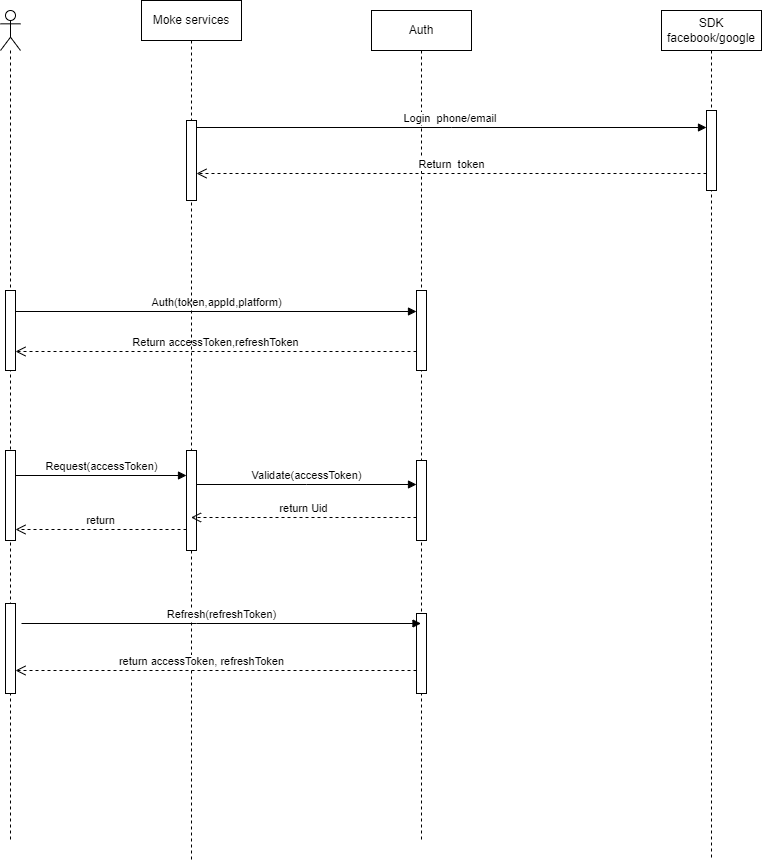
The draw.io diagram internal/auth/draws/auth.drawio.png in GStones/moke, before a commit. Source tidied: cells renumbered, new cells last; positions are measured from the earlier drawing's top-left corner, leaving out a move shared by most shapes.
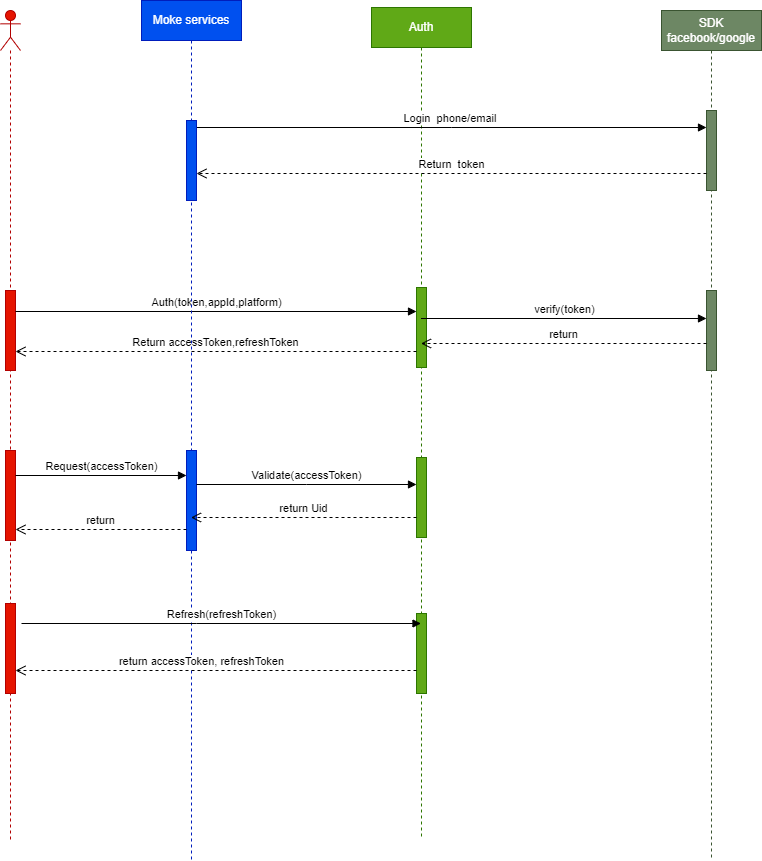
Above is the later version.

The edit, as a diff of the source:
```diff
@@ -2,28 +2,28 @@
   <root>
     <mxCell id="0" />
     <mxCell id="1" parent="0" />
-    <mxCell id="2" style="shape=umlLifeline;perimeter=lifelinePerimeter;whiteSpace=wrap;html=1;newEdgeStyle={&quot;edgeStyle&quot;:&quot;elbowEdgeStyle&quot;,&quot;elbow&quot;:&quot;vertical&quot;,&quot;curved&quot;:0,&quot;rounded&quot;:0};participant=umlActor;" parent="1" vertex="1">
+    <mxCell id="2" style="shape=umlLifeline;perimeter=lifelinePerimeter;whiteSpace=wrap;html=1;newEdgeStyle={&quot;edgeStyle&quot;:&quot;elbowEdgeStyle&quot;,&quot;elbow&quot;:&quot;vertical&quot;,&quot;curved&quot;:0,&quot;rounded&quot;:0};participant=umlActor;fillColor=#e51400;fontColor=#ffffff;strokeColor=#B20000;" parent="1" vertex="1">
       <mxGeometry y="10" width="20" height="830" as="geometry" />
     </mxCell>
-    <mxCell id="3" style="html=1;points=[];perimeter=orthogonalPerimeter;outlineConnect=0;targetShapes=umlLifeline;portConstraint=eastwest;newEdgeStyle={&quot;edgeStyle&quot;:&quot;elbowEdgeStyle&quot;,&quot;elbow&quot;:&quot;vertical&quot;,&quot;curved&quot;:0,&quot;rounded&quot;:0};" parent="2" vertex="1">
+    <mxCell id="3" style="html=1;points=[];perimeter=orthogonalPerimeter;outlineConnect=0;targetShapes=umlLifeline;portConstraint=eastwest;newEdgeStyle={&quot;edgeStyle&quot;:&quot;elbowEdgeStyle&quot;,&quot;elbow&quot;:&quot;vertical&quot;,&quot;curved&quot;:0,&quot;rounded&quot;:0};fillColor=#e51400;fontColor=#ffffff;strokeColor=#B20000;" parent="2" vertex="1">
       <mxGeometry x="5" y="280" width="10" height="80" as="geometry" />
     </mxCell>
-    <mxCell id="4" style="html=1;perimeter=orthogonalPerimeter;targetShapes=umlLifeline;newEdgeStyle={&quot;edgeStyle&quot;:&quot;elbowEdgeStyle&quot;,&quot;elbow&quot;:&quot;vertical&quot;,&quot;curved&quot;:0,&quot;rounded&quot;:0};" parent="2" vertex="1">
+    <mxCell id="4" style="html=1;perimeter=orthogonalPerimeter;targetShapes=umlLifeline;newEdgeStyle={&quot;edgeStyle&quot;:&quot;elbowEdgeStyle&quot;,&quot;elbow&quot;:&quot;vertical&quot;,&quot;curved&quot;:0,&quot;rounded&quot;:0};fillColor=#e51400;fontColor=#ffffff;strokeColor=#B20000;" parent="2" vertex="1">
       <mxGeometry x="5" y="440" width="10" height="90" as="geometry" />
     </mxCell>
-    <mxCell id="5" value="Auth" style="shape=umlLifeline;perimeter=lifelinePerimeter;whiteSpace=wrap;html=1;outlineConnect=0;portConstraint=eastwest;newEdgeStyle={&quot;edgeStyle&quot;:&quot;elbowEdgeStyle&quot;,&quot;elbow&quot;:&quot;vertical&quot;,&quot;curved&quot;:0,&quot;rounded&quot;:0};" parent="1" vertex="1">
-      <mxGeometry x="371" y="10" width="100" height="830" as="geometry" />
+    <mxCell id="5" value="Auth" style="shape=umlLifeline;perimeter=lifelinePerimeter;whiteSpace=wrap;html=1;outlineConnect=0;portConstraint=eastwest;newEdgeStyle={&quot;edgeStyle&quot;:&quot;elbowEdgeStyle&quot;,&quot;elbow&quot;:&quot;vertical&quot;,&quot;curved&quot;:0,&quot;rounded&quot;:0};fillColor=#60a917;fontColor=#ffffff;strokeColor=#2D7600;" parent="1" vertex="1">
+      <mxGeometry x="371" y="7" width="100" height="830" as="geometry" />
     </mxCell>
-    <mxCell id="6" style="html=1;perimeter=orthogonalPerimeter;targetShapes=umlLifeline;newEdgeStyle={&quot;edgeStyle&quot;:&quot;elbowEdgeStyle&quot;,&quot;elbow&quot;:&quot;vertical&quot;,&quot;curved&quot;:0,&quot;rounded&quot;:0};" parent="5" vertex="1">
+    <mxCell id="6" style="html=1;perimeter=orthogonalPerimeter;targetShapes=umlLifeline;newEdgeStyle={&quot;edgeStyle&quot;:&quot;elbowEdgeStyle&quot;,&quot;elbow&quot;:&quot;vertical&quot;,&quot;curved&quot;:0,&quot;rounded&quot;:0};fillColor=#60a917;fontColor=#ffffff;strokeColor=#2D7600;" parent="5" vertex="1">
       <mxGeometry x="45" y="280" width="10" height="80" as="geometry" />
     </mxCell>
-    <mxCell id="7" style="html=1;perimeter=orthogonalPerimeter;targetShapes=umlLifeline;newEdgeStyle={&quot;edgeStyle&quot;:&quot;elbowEdgeStyle&quot;,&quot;elbow&quot;:&quot;vertical&quot;,&quot;curved&quot;:0,&quot;rounded&quot;:0};" parent="5" vertex="1">
+    <mxCell id="7" style="html=1;perimeter=orthogonalPerimeter;targetShapes=umlLifeline;newEdgeStyle={&quot;edgeStyle&quot;:&quot;elbowEdgeStyle&quot;,&quot;elbow&quot;:&quot;vertical&quot;,&quot;curved&quot;:0,&quot;rounded&quot;:0};fillColor=#60a917;fontColor=#ffffff;strokeColor=#2D7600;" parent="5" vertex="1">
       <mxGeometry x="45" y="450" width="10" height="80" as="geometry" />
     </mxCell>
-    <mxCell id="8" value="SDK&lt;br&gt;facebook/google" style="shape=umlLifeline;perimeter=lifelinePerimeter;whiteSpace=wrap;html=1;newEdgeStyle={&quot;edgeStyle&quot;:&quot;elbowEdgeStyle&quot;,&quot;elbow&quot;:&quot;vertical&quot;,&quot;curved&quot;:0,&quot;rounded&quot;:0};" parent="1" vertex="1">
+    <mxCell id="8" value="SDK&lt;br&gt;facebook/google" style="shape=umlLifeline;perimeter=lifelinePerimeter;whiteSpace=wrap;html=1;newEdgeStyle={&quot;edgeStyle&quot;:&quot;elbowEdgeStyle&quot;,&quot;elbow&quot;:&quot;vertical&quot;,&quot;curved&quot;:0,&quot;rounded&quot;:0};fillColor=#6d8764;fontColor=#ffffff;strokeColor=#3A5431;" parent="1" vertex="1">
       <mxGeometry x="661" y="10" width="100" height="850" as="geometry" />
     </mxCell>
-    <mxCell id="9" style="html=1;perimeter=orthogonalPerimeter;targetShapes=umlLifeline;newEdgeStyle={&quot;edgeStyle&quot;:&quot;elbowEdgeStyle&quot;,&quot;elbow&quot;:&quot;vertical&quot;,&quot;curved&quot;:0,&quot;rounded&quot;:0};" parent="8" vertex="1">
+    <mxCell id="9" style="html=1;perimeter=orthogonalPerimeter;targetShapes=umlLifeline;newEdgeStyle={&quot;edgeStyle&quot;:&quot;elbowEdgeStyle&quot;,&quot;elbow&quot;:&quot;vertical&quot;,&quot;curved&quot;:0,&quot;rounded&quot;:0};fillColor=#6d8764;fontColor=#ffffff;strokeColor=#3A5431;" parent="8" vertex="1">
       <mxGeometry x="45" y="100" width="10" height="80" as="geometry" />
     </mxCell>
     <mxCell id="10" value="Login&amp;nbsp; phone/email&amp;nbsp;" style="html=1;verticalAlign=bottom;endArrow=block;edgeStyle=elbowEdgeStyle;elbow=vertical;curved=0;rounded=0;" parent="1" edge="1" source="25">
@@ -46,10 +46,10 @@
         <mxPoint x="416" y="351" as="sourcePoint" />
       </mxGeometry>
     </mxCell>
-    <mxCell id="14" value="Moke services" style="shape=umlLifeline;perimeter=lifelinePerimeter;whiteSpace=wrap;html=1;newEdgeStyle={&quot;edgeStyle&quot;:&quot;elbowEdgeStyle&quot;,&quot;elbow&quot;:&quot;vertical&quot;,&quot;curved&quot;:0,&quot;rounded&quot;:0};" parent="1" vertex="1">
+    <mxCell id="14" value="Moke services" style="shape=umlLifeline;perimeter=lifelinePerimeter;whiteSpace=wrap;html=1;newEdgeStyle={&quot;edgeStyle&quot;:&quot;elbowEdgeStyle&quot;,&quot;elbow&quot;:&quot;vertical&quot;,&quot;curved&quot;:0,&quot;rounded&quot;:0};fillColor=#0050ef;fontColor=#ffffff;strokeColor=#001DBC;" parent="1" vertex="1">
       <mxGeometry x="141" width="100" height="860" as="geometry" />
     </mxCell>
-    <mxCell id="15" style="html=1;perimeter=orthogonalPerimeter;targetShapes=umlLifeline;newEdgeStyle={&quot;edgeStyle&quot;:&quot;elbowEdgeStyle&quot;,&quot;elbow&quot;:&quot;vertical&quot;,&quot;curved&quot;:0,&quot;rounded&quot;:0};" parent="14" vertex="1">
+    <mxCell id="15" style="html=1;perimeter=orthogonalPerimeter;targetShapes=umlLifeline;newEdgeStyle={&quot;edgeStyle&quot;:&quot;elbowEdgeStyle&quot;,&quot;elbow&quot;:&quot;vertical&quot;,&quot;curved&quot;:0,&quot;rounded&quot;:0};fillColor=#0050ef;fontColor=#ffffff;strokeColor=#001DBC;" parent="14" vertex="1">
       <mxGeometry x="45" y="450" width="10" height="100" as="geometry" />
     </mxCell>
     <mxCell id="16" value="return" style="html=1;verticalAlign=bottom;endArrow=open;dashed=1;endSize=8;edgeStyle=elbowEdgeStyle;elbow=vertical;curved=0;rounded=0;" parent="1" edge="1">
@@ -70,10 +70,10 @@
         <mxPoint x="190.5" y="517" as="targetPoint" />
       </mxGeometry>
     </mxCell>
-    <mxCell id="19" style="html=1;points=[];perimeter=orthogonalPerimeter;outlineConnect=0;targetShapes=umlLifeline;portConstraint=eastwest;newEdgeStyle={&quot;edgeStyle&quot;:&quot;elbowEdgeStyle&quot;,&quot;elbow&quot;:&quot;vertical&quot;,&quot;curved&quot;:0,&quot;rounded&quot;:0};" parent="1" vertex="1">
+    <mxCell id="19" style="html=1;points=[];perimeter=orthogonalPerimeter;outlineConnect=0;targetShapes=umlLifeline;portConstraint=eastwest;newEdgeStyle={&quot;edgeStyle&quot;:&quot;elbowEdgeStyle&quot;,&quot;elbow&quot;:&quot;vertical&quot;,&quot;curved&quot;:0,&quot;rounded&quot;:0};fillColor=#e51400;fontColor=#ffffff;strokeColor=#B20000;" parent="1" vertex="1">
       <mxGeometry x="5" y="603" width="10" height="90" as="geometry" />
     </mxCell>
-    <mxCell id="20" style="html=1;perimeter=orthogonalPerimeter;targetShapes=umlLifeline;newEdgeStyle={&quot;edgeStyle&quot;:&quot;elbowEdgeStyle&quot;,&quot;elbow&quot;:&quot;vertical&quot;,&quot;curved&quot;:0,&quot;rounded&quot;:0};" parent="1" vertex="1">
+    <mxCell id="20" style="html=1;perimeter=orthogonalPerimeter;targetShapes=umlLifeline;newEdgeStyle={&quot;edgeStyle&quot;:&quot;elbowEdgeStyle&quot;,&quot;elbow&quot;:&quot;vertical&quot;,&quot;curved&quot;:0,&quot;rounded&quot;:0};fillColor=#60a917;fontColor=#ffffff;strokeColor=#2D7600;" parent="1" vertex="1">
       <mxGeometry x="416" y="613" width="10" height="80" as="geometry" />
     </mxCell>
     <mxCell id="21" value="Refresh(refreshToken)" style="html=1;verticalAlign=bottom;endArrow=block;edgeStyle=elbowEdgeStyle;elbow=vertical;curved=0;rounded=0;" parent="1" edge="1" target="5">
@@ -97,8 +97,23 @@
         <mxPoint x="186" y="475" as="targetPoint" />
       </mxGeometry>
     </mxCell>
-    <mxCell id="25" style="html=1;points=[];perimeter=orthogonalPerimeter;outlineConnect=0;targetShapes=umlLifeline;portConstraint=eastwest;newEdgeStyle={&quot;edgeStyle&quot;:&quot;elbowEdgeStyle&quot;,&quot;elbow&quot;:&quot;vertical&quot;,&quot;curved&quot;:0,&quot;rounded&quot;:0};" parent="1" vertex="1">
+    <mxCell id="25" style="html=1;points=[];perimeter=orthogonalPerimeter;outlineConnect=0;targetShapes=umlLifeline;portConstraint=eastwest;newEdgeStyle={&quot;edgeStyle&quot;:&quot;elbowEdgeStyle&quot;,&quot;elbow&quot;:&quot;vertical&quot;,&quot;curved&quot;:0,&quot;rounded&quot;:0};fillColor=#0050ef;fontColor=#ffffff;strokeColor=#001DBC;" parent="1" vertex="1">
       <mxGeometry x="186" y="120" width="10" height="80" as="geometry" />
     </mxCell>
+    <mxCell id="26" style="html=1;perimeter=orthogonalPerimeter;fillColor=#6d8764;fontColor=#ffffff;strokeColor=#3A5431;" parent="1" vertex="1">
+      <mxGeometry x="706" y="290" width="10" height="80" as="geometry" />
+    </mxCell>
+    <mxCell id="27" value="verify(token)" style="html=1;verticalAlign=bottom;endArrow=block;entryX=0;entryY=0;rounded=0;" parent="1" edge="1">
+      <mxGeometry relative="1" as="geometry">
+        <mxPoint x="420.5" y="318" as="sourcePoint" />
+        <mxPoint x="706" y="318" as="targetPoint" />
+      </mxGeometry>
+    </mxCell>
+    <mxCell id="28" value="return" style="html=1;verticalAlign=bottom;endArrow=open;dashed=1;endSize=8;exitX=0;exitY=0.95;rounded=0;" parent="1" edge="1">
+      <mxGeometry relative="1" as="geometry">
+        <mxPoint x="706" y="343" as="sourcePoint" />
+        <mxPoint x="420.5" y="343" as="targetPoint" />
+      </mxGeometry>
+    </mxCell>
   </root>
 </mxGraphModel>
```
